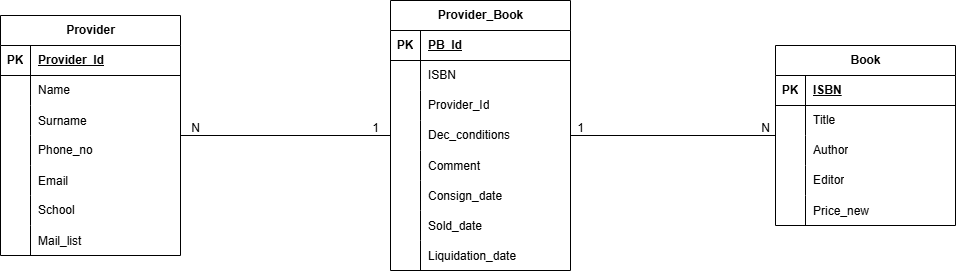
Earlier version of the draw.io export documentation/assets/er_diagram.png (pontig/lokalino_mlud). Source tidied: cells renumbered, new cells last; positions are measured from the earlier drawing's top-left corner, leaving out a move shared by most shapes.
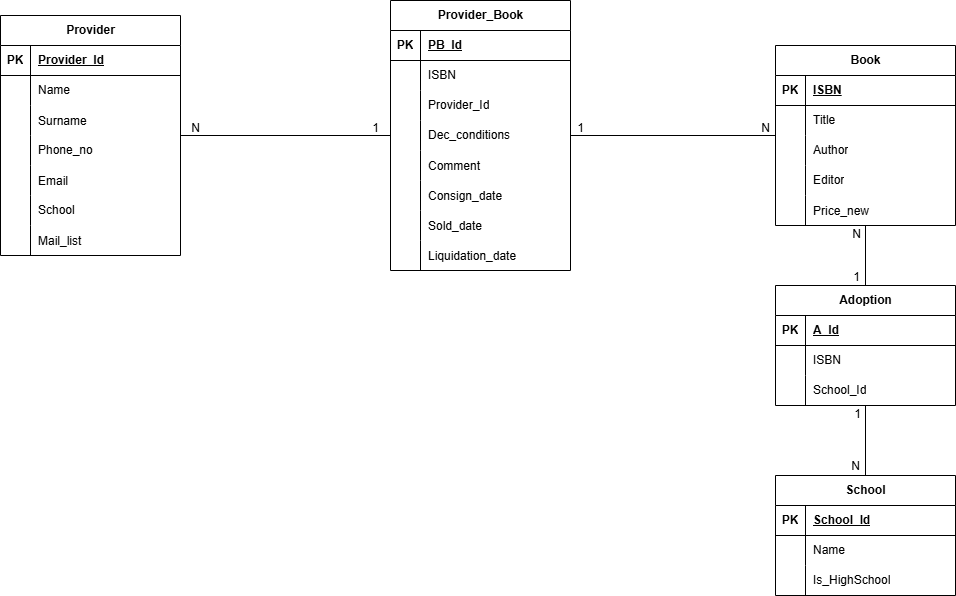
The same file after the commit.

What changed in the source:
```diff
@@ -68,6 +68,9 @@
     <mxCell id="23" value="Mail_list" style="shape=partialRectangle;fillColor=none;top=0;left=0;bottom=0;right=0;align=left;spacingLeft=6;overflow=hidden;" parent="21" vertex="1">
       <mxGeometry x="30" width="150" height="30" as="geometry" />
     </mxCell>
+    <mxCell id="71" style="edgeStyle=orthogonalEdgeStyle;rounded=0;jettySize=auto;html=1;endArrow=none;startFill=0;" parent="1" edge="1" source="24" target="73">
+      <mxGeometry relative="1" as="geometry" />
+    </mxCell>
     <mxCell id="24" value="Book" style="shape=table;startSize=30;rowLines=0;fontStyle=1;align=center;html=1;" parent="1" vertex="1">
       <mxGeometry x="775" y="45" width="180" height="180" as="geometry" />
     </mxCell>
@@ -209,5 +212,80 @@
     <mxCell id="70" value="Liquidation_date" style="shape=partialRectangle;fillColor=none;top=0;left=0;bottom=0;right=0;align=left;spacingLeft=6;overflow=hidden;" parent="68" vertex="1">
       <mxGeometry x="30" width="150" height="30" as="geometry" />
     </mxCell>
+    <mxCell id="72" style="edgeStyle=orthogonalEdgeStyle;rounded=0;jettySize=auto;html=1;endArrow=none;startFill=0;" parent="1" edge="1" source="73" target="83">
+      <mxGeometry relative="1" as="geometry" />
+    </mxCell>
+    <mxCell id="73" value="Adoption" style="shape=table;startSize=30;rowLines=0;fontStyle=1;align=center;html=1;" parent="1" vertex="1">
+      <mxGeometry x="775" y="285" width="180" height="120" as="geometry" />
+    </mxCell>
+    <mxCell id="74" style="shape=tableRow;horizontal=0;startSize=0;swimlaneHead=0;swimlaneBody=0;fillColor=none;top=0;left=0;right=0;bottom=1;" parent="73" vertex="1">
+      <mxGeometry y="30" width="180" height="30" as="geometry" />
+    </mxCell>
+    <mxCell id="75" value="PK" style="shape=partialRectangle;fillColor=none;top=0;left=0;bottom=0;right=0;fontStyle=1;overflow=hidden;whiteSpace=wrap;html=1;" parent="74" vertex="1">
+      <mxGeometry width="30" height="30" as="geometry" />
+    </mxCell>
+    <mxCell id="76" value="A_Id" style="shape=partialRectangle;fillColor=none;top=0;left=0;bottom=0;right=0;align=left;spacingLeft=6;fontStyle=5;overflow=hidden;whiteSpace=wrap;html=1;" parent="74" vertex="1">
+      <mxGeometry x="30" width="150" height="30" as="geometry" />
+    </mxCell>
+    <mxCell id="77" style="shape=tableRow;horizontal=0;startSize=0;swimlaneHead=0;swimlaneBody=0;fillColor=none;top=0;left=0;right=0;bottom=0;" parent="73" vertex="1">
+      <mxGeometry y="60" width="180" height="30" as="geometry" />
+    </mxCell>
+    <mxCell id="78" style="shape=partialRectangle;fillColor=none;top=0;left=0;bottom=0;right=0;overflow=hidden;whiteSpace=wrap;html=1;" parent="77" vertex="1">
+      <mxGeometry width="30" height="30" as="geometry" />
+    </mxCell>
+    <mxCell id="79" value="ISBN" style="shape=partialRectangle;fillColor=none;top=0;left=0;bottom=0;right=0;align=left;spacingLeft=6;overflow=hidden;whiteSpace=wrap;html=1;" parent="77" vertex="1">
+      <mxGeometry x="30" width="150" height="30" as="geometry" />
+    </mxCell>
+    <mxCell id="80" style="shape=tableRow;horizontal=0;startSize=0;swimlaneHead=0;swimlaneBody=0;fillColor=none;top=0;left=0;right=0;bottom=0;" parent="73" vertex="1">
+      <mxGeometry y="90" width="180" height="30" as="geometry" />
+    </mxCell>
+    <mxCell id="81" style="shape=partialRectangle;fillColor=none;top=0;left=0;bottom=0;right=0;overflow=hidden;whiteSpace=wrap;html=1;" parent="80" vertex="1">
+      <mxGeometry width="30" height="30" as="geometry" />
+    </mxCell>
+    <mxCell id="82" value="School_I&lt;span style=&quot;background-color: transparent; color: light-dark(rgb(0, 0, 0), rgb(255, 255, 255));&quot;&gt;d&lt;/span&gt;" style="shape=partialRectangle;fillColor=none;top=0;left=0;bottom=0;right=0;align=left;spacingLeft=6;overflow=hidden;whiteSpace=wrap;html=1;" parent="80" vertex="1">
+      <mxGeometry x="30" width="150" height="30" as="geometry" />
+    </mxCell>
+    <mxCell id="83" value="School" style="shape=table;startSize=30;rowLines=0;fontStyle=1;align=center;html=1;" parent="1" vertex="1">
+      <mxGeometry x="775" y="475" width="180" height="120" as="geometry" />
+    </mxCell>
+    <mxCell id="84" style="shape=tableRow;horizontal=0;startSize=0;swimlaneHead=0;swimlaneBody=0;fillColor=none;top=0;left=0;right=0;bottom=1;" parent="83" vertex="1">
+      <mxGeometry y="30" width="180" height="30" as="geometry" />
+    </mxCell>
+    <mxCell id="85" value="PK" style="shape=partialRectangle;fillColor=none;top=0;left=0;bottom=0;right=0;fontStyle=1;overflow=hidden;whiteSpace=wrap;html=1;" parent="84" vertex="1">
+      <mxGeometry width="30" height="30" as="geometry" />
+    </mxCell>
+    <mxCell id="86" value="School_Id" style="shape=partialRectangle;fillColor=none;top=0;left=0;bottom=0;right=0;align=left;spacingLeft=6;fontStyle=5;overflow=hidden;whiteSpace=wrap;html=1;" parent="84" vertex="1">
+      <mxGeometry x="30" width="150" height="30" as="geometry" />
+    </mxCell>
+    <mxCell id="87" style="shape=tableRow;horizontal=0;startSize=0;swimlaneHead=0;swimlaneBody=0;fillColor=none;top=0;left=0;right=0;bottom=0;" parent="83" vertex="1">
+      <mxGeometry y="60" width="180" height="30" as="geometry" />
+    </mxCell>
+    <mxCell id="88" style="shape=partialRectangle;fillColor=none;top=0;left=0;bottom=0;right=0;overflow=hidden;whiteSpace=wrap;html=1;" parent="87" vertex="1">
+      <mxGeometry width="30" height="30" as="geometry" />
+    </mxCell>
+    <mxCell id="89" value="Name" style="shape=partialRectangle;fillColor=none;top=0;left=0;bottom=0;right=0;align=left;spacingLeft=6;overflow=hidden;whiteSpace=wrap;html=1;" parent="87" vertex="1">
+      <mxGeometry x="30" width="150" height="30" as="geometry" />
+    </mxCell>
+    <mxCell id="90" style="shape=tableRow;horizontal=0;startSize=0;swimlaneHead=0;swimlaneBody=0;fillColor=none;top=0;left=0;right=0;bottom=0;" parent="83" vertex="1">
+      <mxGeometry y="90" width="180" height="30" as="geometry" />
+    </mxCell>
+    <mxCell id="91" style="shape=partialRectangle;fillColor=none;top=0;left=0;bottom=0;right=0;overflow=hidden;whiteSpace=wrap;html=1;" parent="90" vertex="1">
+      <mxGeometry width="30" height="30" as="geometry" />
+    </mxCell>
+    <mxCell id="92" value="Is_HighSchool" style="shape=partialRectangle;fillColor=none;top=0;left=0;bottom=0;right=0;align=left;spacingLeft=6;overflow=hidden;whiteSpace=wrap;html=1;" parent="90" vertex="1">
+      <mxGeometry x="30" width="150" height="30" as="geometry" />
+    </mxCell>
+    <mxCell id="93" value="1" style="text;html=1;align=center;verticalAlign=middle;strokeColor=none;fillColor=none;" parent="1" vertex="1">
+      <mxGeometry x="841" y="262" width="30" height="30" as="geometry" />
+    </mxCell>
+    <mxCell id="94" value="1" style="text;html=1;align=center;verticalAlign=middle;strokeColor=none;fillColor=none;" parent="1" vertex="1">
+      <mxGeometry x="842" y="399" width="30" height="30" as="geometry" />
+    </mxCell>
+    <mxCell id="95" value="N" style="text;html=1;align=center;verticalAlign=middle;strokeColor=none;fillColor=none;" parent="1" vertex="1">
+      <mxGeometry x="841" y="219" width="30" height="30" as="geometry" />
+    </mxCell>
+    <mxCell id="96" value="N" style="text;html=1;align=center;verticalAlign=middle;strokeColor=none;fillColor=none;" parent="1" vertex="1">
+      <mxGeometry x="840" y="451" width="30" height="30" as="geometry" />
+    </mxCell>
   </root>
 </mxGraphModel>
```
